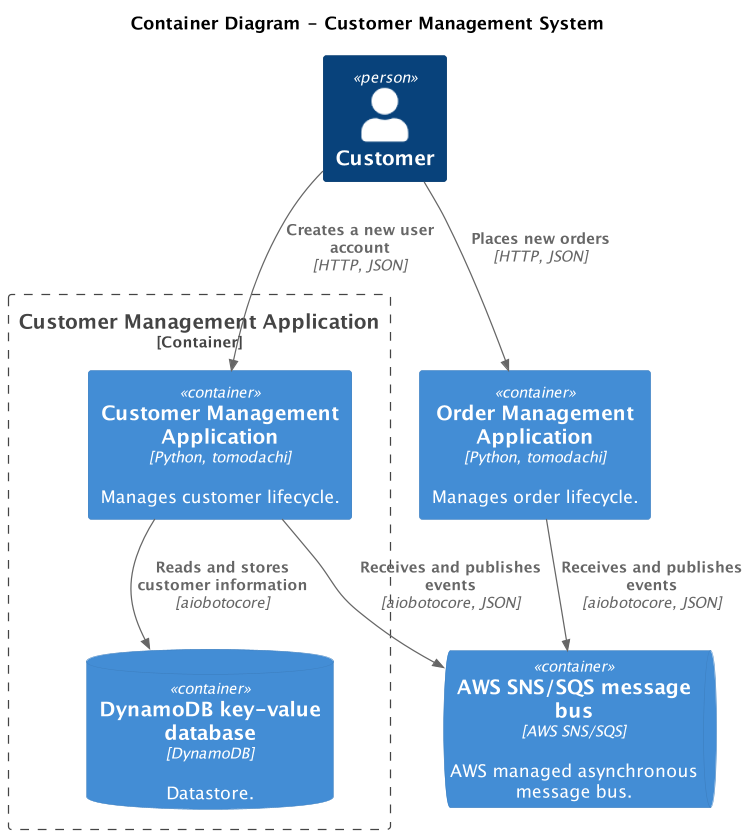
Above: docs/architecture/c4/level_2_container/06_customer_management_system.png in filipsnastins/tomodachi-testcontainers (PlantUML), before the change. Source of this version:
```plantuml
@startuml
!include ./container/containers.puml

skinparam dpi 120

title Container Diagram - Customer Management System

Person(user, "Customer")

Boundary(customerAppBoundary, "Customer Management Application", "Container") {
    customerAppContainer()
    dynamoDbContainer()
}

orderAppContainer()
awsSnsSqsContainer()

Rel(user, customerApp, "Creates a new user account", "HTTP, JSON")
Rel(user, orderApp, "Places new orders", "HTTP, JSON")

Rel(customerApp, dynamoDb, "Reads and stores customer information", "aiobotocore")
Rel(customerApp, awsSnsSqs, "Receives and publishes events", "aiobotocore, JSON")

Rel(orderApp, awsSnsSqs, "Receives and publishes events", "aiobotocore, JSON")

@enduml
```
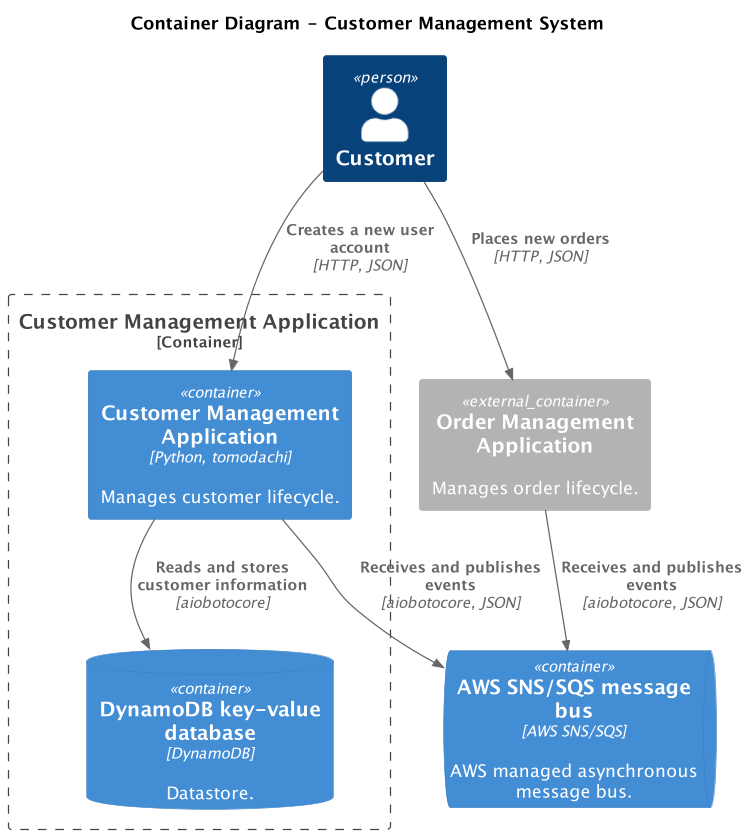
The same diagram one commit later.

Diff of the diagram source:
```diff
@@ -12,15 +12,15 @@
     dynamoDbContainer()
 }
 
-orderAppContainer()
+orderAppExtContainer()
 awsSnsSqsContainer()
 
 Rel(user, customerApp, "Creates a new user account", "HTTP, JSON")
-Rel(user, orderApp, "Places new orders", "HTTP, JSON")
+Rel(user, orderExtApp, "Places new orders", "HTTP, JSON")
 
 Rel(customerApp, dynamoDb, "Reads and stores customer information", "aiobotocore")
 Rel(customerApp, awsSnsSqs, "Receives and publishes events", "aiobotocore, JSON")
 
-Rel(orderApp, awsSnsSqs, "Receives and publishes events", "aiobotocore, JSON")
+Rel(orderExtApp, awsSnsSqs, "Receives and publishes events", "aiobotocore, JSON")
 
 @enduml
```
